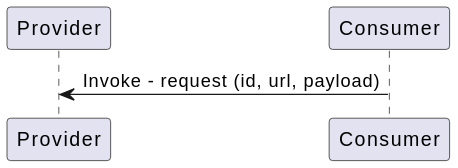
eclipse-ibeji/ibeji keeps this PlantUML diagram as docs/design/diagrams/invoke_sequence.svg. Above is the earlier version. The source it was exported from:
```plantuml
@startuml
participant "Provider"
participant "Consumer"

"Consumer" -> "Provider" : Invoke - request (id, url, payload)
@enduml
```
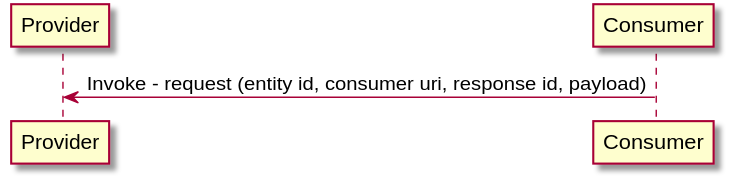
After the commit.

Diff of the diagram source:
```diff
@@ -1,6 +1,8 @@
 @startuml
+
 participant "Provider"
 participant "Consumer"
 
-"Consumer" -> "Provider" : Invoke - request (id, url, payload)
+"Consumer" -> "Provider" : Invoke - request (entity id, consumer uri, response id, payload)
+
 @enduml
```
